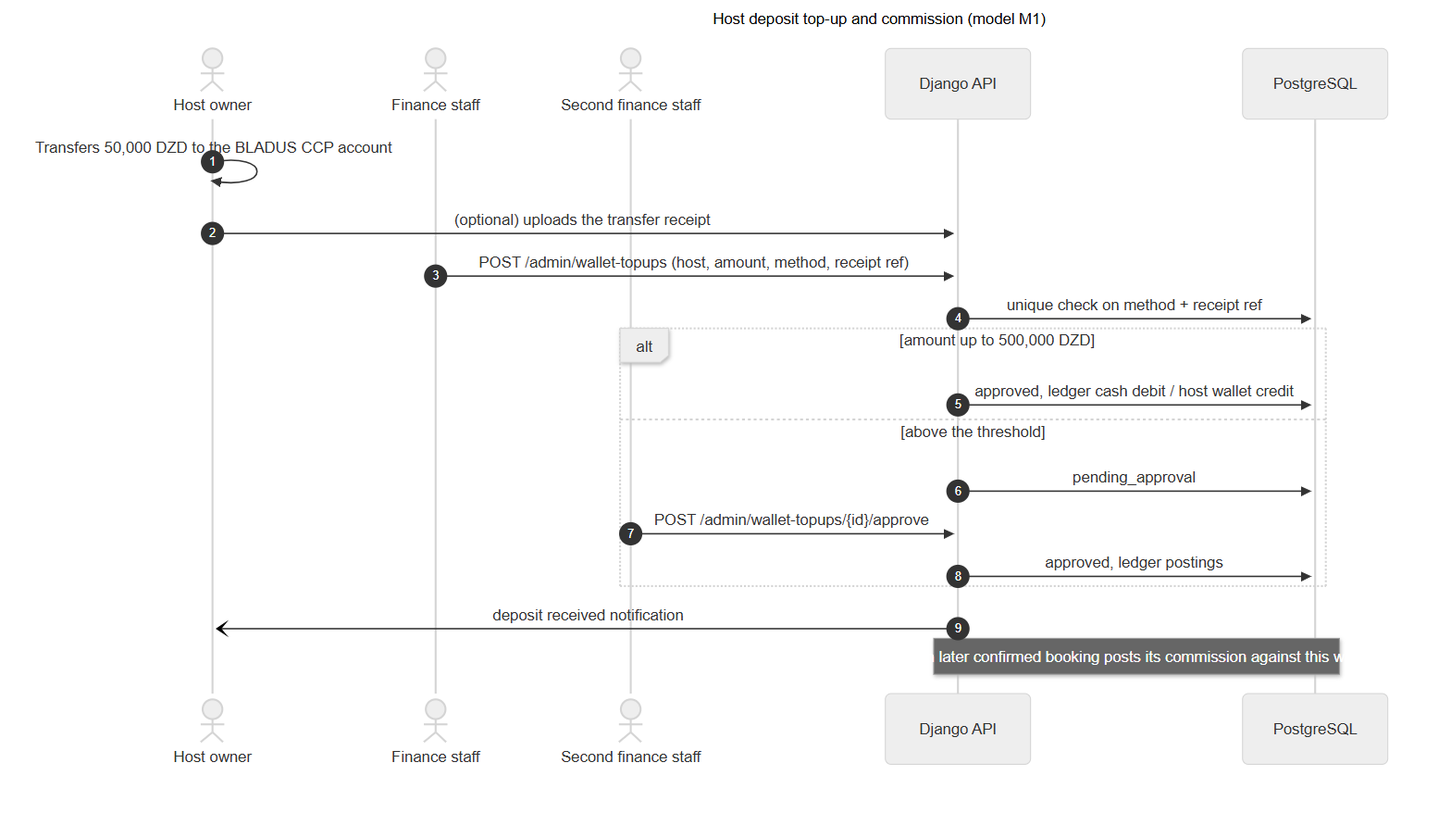
The Mermaid diagram docs/backend/diagrams/rendered/22-seq-wallet-topup.png in med-amine-ok/darna, before a commit. Its source is kept beside it as docs/backend/diagrams/22-seq-wallet-topup.mmd.
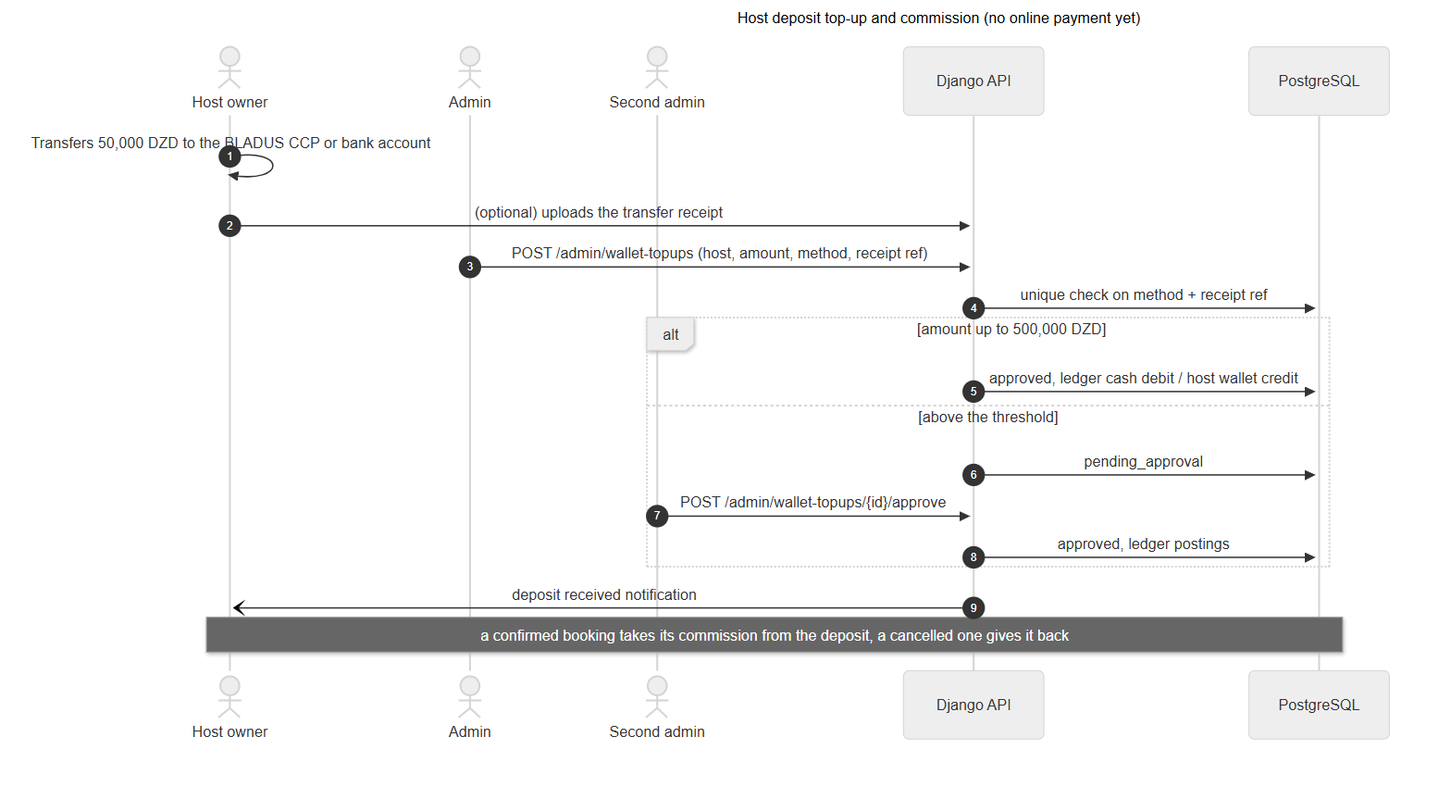
After the commit.

The edit, as a diff of the source:
```diff
@@ -1,23 +1,23 @@
 ---
-title: Host deposit top-up and commission (model M1)
+title: Host deposit top-up and commission (no online payment yet)
 ---
 sequenceDiagram
     autonumber
     actor H as Host owner
-    actor F1 as Finance staff
-    actor F2 as Second finance staff
+    actor A1 as Admin
+    actor A2 as Second admin
     participant A as Django API
     participant DB as PostgreSQL
-    H->>H: Transfers 50,000 DZD to the BLADUS CCP account
+    H->>H: Transfers 50,000 DZD to the BLADUS CCP or bank account
     H->>A: (optional) uploads the transfer receipt
-    F1->>A: POST /admin/wallet-topups (host, amount, method, receipt ref)
+    A1->>A: POST /admin/wallet-topups (host, amount, method, receipt ref)
     A->>DB: unique check on method + receipt ref
     alt amount up to 500,000 DZD
         A->>DB: approved, ledger cash debit / host wallet credit
     else above the threshold
         A->>DB: pending_approval
-        F2->>A: POST /admin/wallet-topups/{id}/approve
+        A2->>A: POST /admin/wallet-topups/{id}/approve
         A->>DB: approved, ledger postings
     end
     A-)H: deposit received notification
-    Note over A,DB: each later confirmed booking posts its commission against this wallet
+    Note over H,DB: a confirmed booking takes its commission from the deposit, a cancelled one gives it back
```
